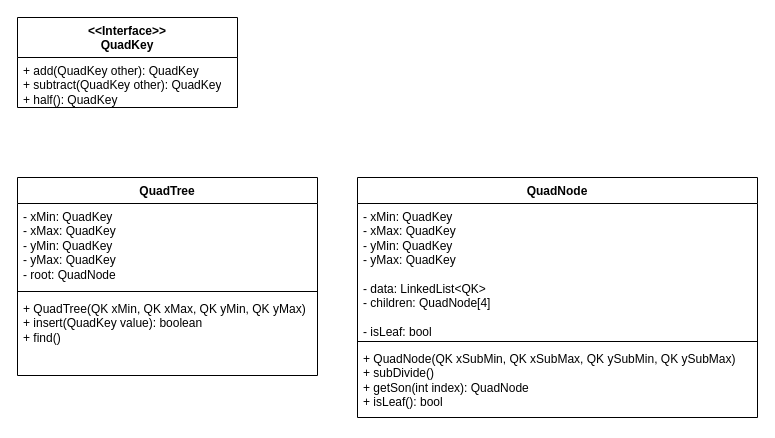
The draw.io diagram doc/UML/QuadTree.drawio in juraj-n/ADS2, before the edit. Source tidied: cells renumbered, new cells numbered last; positions are measured from the earlier drawing's top-left corner, leaving out a move shared by most shapes. Both pictures are drawn from the tidied source at 100%, with x=0, y=0 at pixel (17, 17).
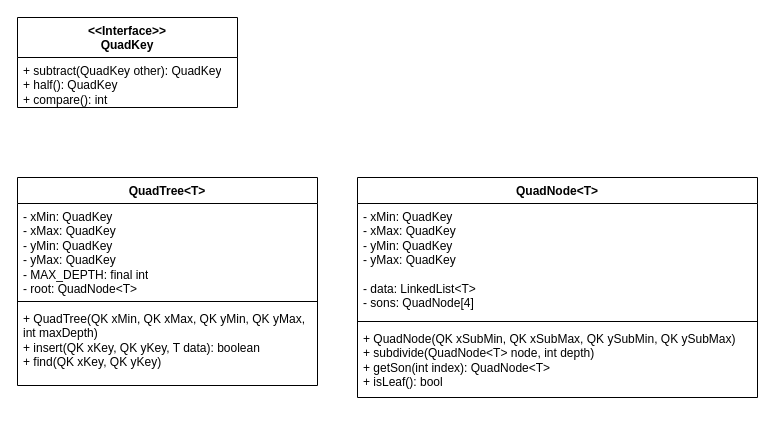
The same page after the edit.

Commit message:
UML QuadTree update

The edit, as a diff of the source:
```diff
@@
 <mxGraphModel>
   <root>
     <mxCell id="0" />
     <mxCell id="1" parent="0" />
-    <mxCell id="2" value="QuadTree" style="swimlane;fontStyle=1;align=center;verticalAlign=top;horizontal=1;startSize=26;whiteSpace=wrap;html=1;" parent="1" vertex="1">
-      <mxGeometry y="160" width="300" height="198" as="geometry" />
+    <mxCell id="2" value="QuadTree&amp;lt;T&amp;gt;" style="swimlane;fontStyle=1;align=center;verticalAlign=top;horizontal=1;startSize=26;whiteSpace=wrap;html=1;" parent="1" vertex="1">
+      <mxGeometry y="160" width="300" height="208" as="geometry" />
     </mxCell>
-    <mxCell id="3" value="- xMin: QuadKey&lt;div&gt;- xMax: QuadKey&lt;/div&gt;&lt;div&gt;- yMin: QuadKey&lt;/div&gt;&lt;div&gt;- yMax: QuadKey&lt;/div&gt;&lt;div&gt;- root: QuadNode&lt;/div&gt;" style="text;strokeColor=none;fillColor=none;align=left;verticalAlign=top;spacingLeft=4;spacingRight=4;overflow=hidden;whiteSpace=wrap;html=1;" parent="2" vertex="1">
-      <mxGeometry y="26" width="300" height="84" as="geometry" />
+    <mxCell id="3" value="- xMin: QuadKey&lt;div&gt;- xMax: QuadKey&lt;/div&gt;&lt;div&gt;- yMin: QuadKey&lt;/div&gt;&lt;div&gt;- yMax: QuadKey&lt;/div&gt;&lt;div&gt;- MAX_DEPTH: final int&lt;/div&gt;&lt;div&gt;- root: QuadNode&amp;lt;T&amp;gt;&lt;/div&gt;" style="text;strokeColor=none;fillColor=none;align=left;verticalAlign=top;spacingLeft=4;spacingRight=4;overflow=hidden;whiteSpace=wrap;html=1;" parent="2" vertex="1">
+      <mxGeometry y="26" width="300" height="94" as="geometry" />
     </mxCell>
     <mxCell id="4" style="line;strokeWidth=1;fillColor=none;align=left;verticalAlign=middle;spacingTop=-1;spacingLeft=3;spacingRight=3;labelPosition=right;strokeColor=inherit;" parent="2" vertex="1">
-      <mxGeometry y="110" width="300" height="8" as="geometry" />
+      <mxGeometry y="120" width="300" height="8" as="geometry" />
     </mxCell>
-    <mxCell id="5" value="+ QuadTree(QK xMin, QK xMax, QK yMin, QK yMax)&lt;div&gt;+ insert(QuadKey value): boolean&lt;/div&gt;&lt;div&gt;+ find()&lt;/div&gt;" style="text;strokeColor=none;fillColor=none;align=left;verticalAlign=top;spacingLeft=4;spacingRight=4;overflow=hidden;whiteSpace=wrap;html=1;" parent="2" vertex="1">
-      <mxGeometry y="118" width="300" height="80" as="geometry" />
+    <mxCell id="5" value="+ QuadTree(QK xMin, QK xMax, QK yMin, QK yMax, int maxDepth)&lt;div&gt;+ insert(QK xKey, QK yKey, T data): boolean&lt;/div&gt;&lt;div&gt;+ find(QK xKey, QK yKey)&lt;/div&gt;" style="text;strokeColor=none;fillColor=none;align=left;verticalAlign=top;spacingLeft=4;spacingRight=4;overflow=hidden;whiteSpace=wrap;html=1;" parent="2" vertex="1">
+      <mxGeometry y="128" width="300" height="80" as="geometry" />
     </mxCell>
     <mxCell id="6" value="&amp;lt;&amp;lt;Interface&amp;gt;&amp;gt;&lt;div&gt;QuadKey&lt;/div&gt;" style="swimlane;fontStyle=1;align=center;verticalAlign=top;horizontal=1;startSize=40;whiteSpace=wrap;html=1;" parent="1" vertex="1">
       <mxGeometry width="220" height="90" as="geometry" />
     </mxCell>
-    <mxCell id="7" value="&lt;div&gt;+ add(QuadKey other): QuadKey&lt;/div&gt;+ subtract(QuadKey other): QuadKey&lt;div&gt;+ half(): QuadKey&lt;/div&gt;" style="text;strokeColor=none;fillColor=none;align=left;verticalAlign=top;spacingLeft=4;spacingRight=4;overflow=hidden;whiteSpace=wrap;html=1;" parent="6" vertex="1">
+    <mxCell id="7" value="&lt;div&gt;&lt;span style=&quot;background-color: transparent; color: light-dark(rgb(0, 0, 0), rgb(255, 255, 255));&quot;&gt;+ subtract(QuadKey other): QuadKey&lt;/span&gt;&lt;/div&gt;&lt;div&gt;+ half(): QuadKey&lt;/div&gt;&lt;div&gt;+ compare(): int&lt;/div&gt;" style="text;strokeColor=none;fillColor=none;align=left;verticalAlign=top;spacingLeft=4;spacingRight=4;overflow=hidden;whiteSpace=wrap;html=1;" parent="6" vertex="1">
       <mxGeometry y="40" width="220" height="50" as="geometry" />
     </mxCell>
-    <mxCell id="8" value="QuadNode" style="swimlane;fontStyle=1;align=center;verticalAlign=top;horizontal=1;startSize=26;whiteSpace=wrap;html=1;" parent="1" vertex="1">
-      <mxGeometry x="340" y="160" width="400" height="240" as="geometry" />
+    <mxCell id="8" value="QuadNode&amp;lt;T&amp;gt;" style="swimlane;fontStyle=1;align=center;verticalAlign=top;horizontal=1;startSize=26;whiteSpace=wrap;html=1;" parent="1" vertex="1">
+      <mxGeometry x="340" y="160" width="400" height="220" as="geometry" />
     </mxCell>
-    <mxCell id="9" value="- xMin: QuadKey&lt;div&gt;- xMax: QuadKey&lt;/div&gt;&lt;div&gt;- yMin: QuadKey&lt;/div&gt;&lt;div&gt;- yMax: QuadKey&lt;/div&gt;&lt;div&gt;&lt;br&gt;&lt;/div&gt;&lt;div&gt;- data: LinkedList&amp;lt;QK&amp;gt;&lt;/div&gt;&lt;div&gt;- children: QuadNode[4]&lt;/div&gt;&lt;div&gt;&lt;br&gt;&lt;/div&gt;&lt;div&gt;- isLeaf: bool&lt;/div&gt;" style="text;strokeColor=none;fillColor=none;align=left;verticalAlign=top;spacingLeft=4;spacingRight=4;overflow=hidden;whiteSpace=wrap;html=1;" parent="8" vertex="1">
-      <mxGeometry y="26" width="400" height="134" as="geometry" />
+    <mxCell id="9" value="- xMin: QuadKey&lt;div&gt;- xMax: QuadKey&lt;/div&gt;&lt;div&gt;- yMin: QuadKey&lt;/div&gt;&lt;div&gt;- yMax: QuadKey&lt;/div&gt;&lt;div&gt;&lt;br&gt;&lt;/div&gt;&lt;div&gt;- data: LinkedList&amp;lt;T&amp;gt;&lt;/div&gt;&lt;div&gt;- sons: QuadNode[4]&lt;/div&gt;" style="text;strokeColor=none;fillColor=none;align=left;verticalAlign=top;spacingLeft=4;spacingRight=4;overflow=hidden;whiteSpace=wrap;html=1;" parent="8" vertex="1">
+      <mxGeometry y="26" width="400" height="114" as="geometry" />
     </mxCell>
     <mxCell id="10" style="line;strokeWidth=1;fillColor=none;align=left;verticalAlign=middle;spacingTop=-1;spacingLeft=3;spacingRight=3;labelPosition=right;strokeColor=inherit;" parent="8" vertex="1">
-      <mxGeometry y="160" width="400" height="8" as="geometry" />
+      <mxGeometry y="140" width="400" height="8" as="geometry" />
     </mxCell>
-    <mxCell id="11" value="+ QuadNode(QK xSubMin, QK xSubMax, QK ySubMin, QK ySubMax)&lt;div&gt;+ subDivide()&lt;/div&gt;&lt;div&gt;+ getSon(int index): QuadNode&lt;/div&gt;&lt;div&gt;+ isLeaf(): bool&lt;/div&gt;" style="text;strokeColor=none;fillColor=none;align=left;verticalAlign=top;spacingLeft=4;spacingRight=4;overflow=hidden;whiteSpace=wrap;html=1;" parent="8" vertex="1">
-      <mxGeometry y="168" width="400" height="72" as="geometry" />
+    <mxCell id="11" value="+ QuadNode(QK xSubMin, QK xSubMax, QK ySubMin, QK ySubMax)&lt;div&gt;+ subdivide(QuadNode&amp;lt;T&amp;gt; node, int depth)&lt;/div&gt;&lt;div&gt;+ getSon(int index): QuadNode&amp;lt;T&amp;gt;&lt;/div&gt;&lt;div&gt;+ isLeaf(): bool&lt;/div&gt;" style="text;strokeColor=none;fillColor=none;align=left;verticalAlign=top;spacingLeft=4;spacingRight=4;overflow=hidden;whiteSpace=wrap;html=1;" parent="8" vertex="1">
+      <mxGeometry y="148" width="400" height="72" as="geometry" />
     </mxCell>
   </root>
 </mxGraphModel>
```
